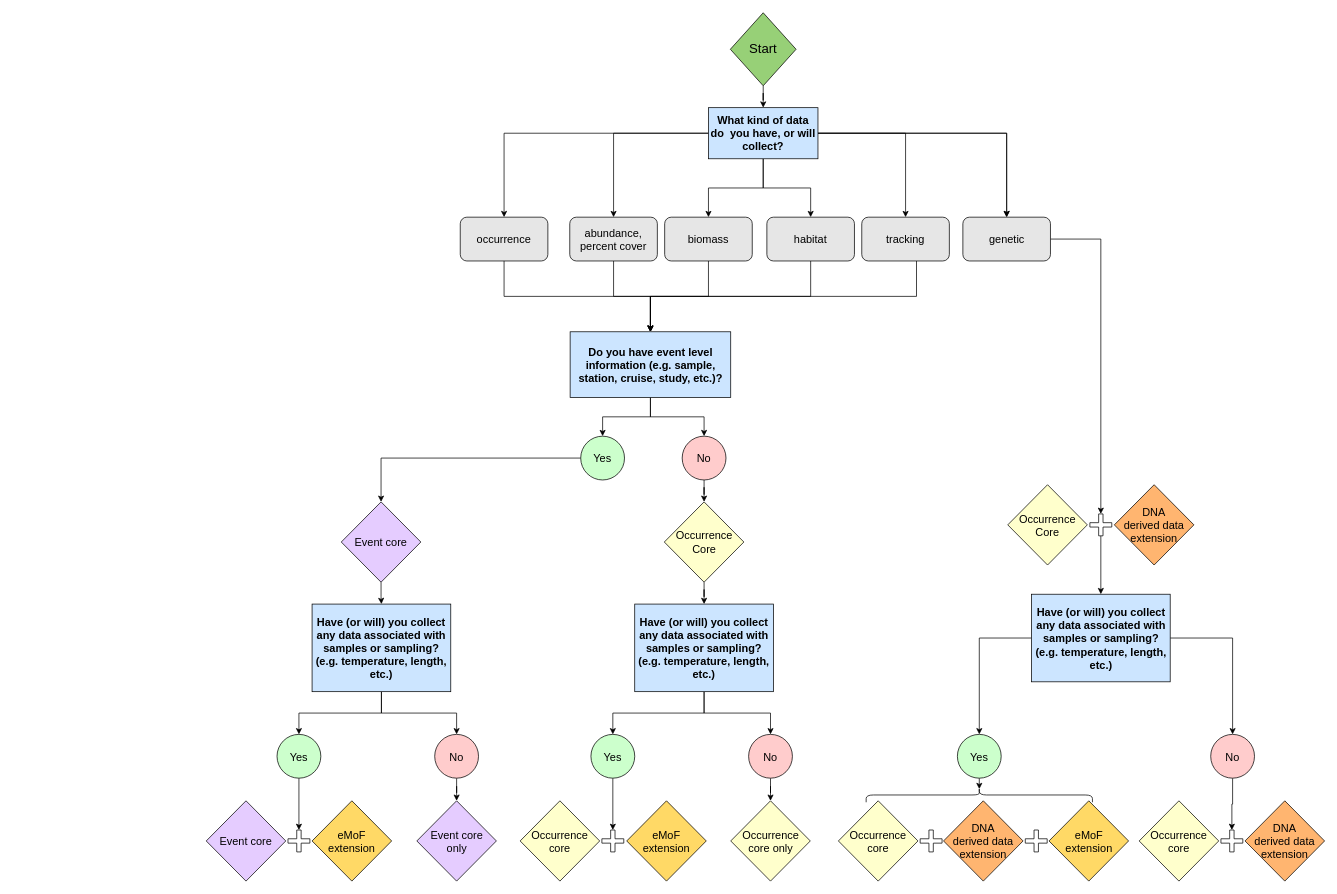
This is OBIS-data.drawio from iobis/manual, a draw.io file, before an edit. Source tidied: cells renumbered, new cells numbered last; positions are measured from the earlier drawing's top-left corner, leaving out a move shared by most shapes. Both pictures are drawn from the tidied source at 73%, with x=0, y=0 at pixel (206, 12).
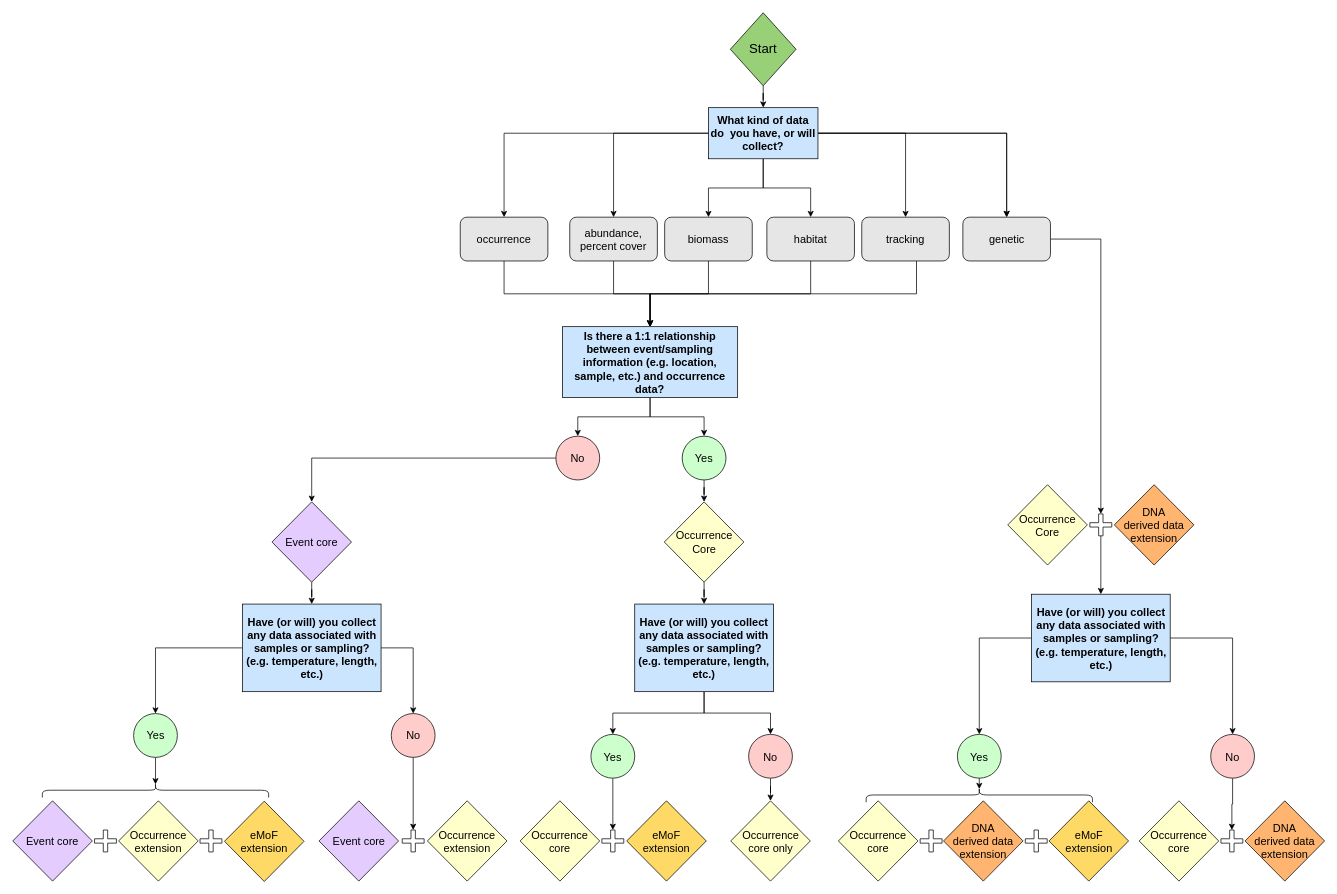
Above is the later version.

Commit message (it also covers changes not shown here):
update data schema flow chart

* added missing Occurrence table to the Event branches
* changed wording from "Do you have event level information.." to "Is there a 1:1 relationship between event and occurrence"

The change refers to these unchanged cells:
```xml
<mxCell id="35" value="Occurrence Core" style="rhombus;whiteSpace=wrap;html=1;fillColor=#FFFFCC;fontSize=15;" parent="1" vertex="1">
  <mxGeometry x="627.5" y="670" width="109" height="110" as="geometry" />
</mxCell>
```

Change to the diagram source:
```diff
@@
-    <mxCell id="22" value="Do you have event level information (e.g. sample, station, cruise, study, etc.)?" style="whiteSpace=wrap;html=1;rounded=0;fontStyle=1;fillColor=#CCE5FF;fontSize=15;" parent="1" vertex="1">
-      <mxGeometry x="498.5" y="437" width="220" height="90" as="geometry" />
+    <mxCell id="22" value="&lt;span class=&quot;notion-enable-hover&quot;&gt;Is there a 1:1 relationship between event/sampling information (e.g. location, sample, etc.) and occurrence data?&lt;/span&gt;" style="whiteSpace=wrap;html=1;rounded=0;fontStyle=1;fillColor=#CCE5FF;fontSize=15;" parent="1" vertex="1">
+      <mxGeometry x="488" y="430" width="240" height="97" as="geometry" />
     </mxCell>
@@
-    <mxCell id="25" style="edgeStyle=orthogonalEdgeStyle;rounded=0;jettySize=auto;html=1;fontSize=15;" parent="1" edge="1" source="26" target="33">
+    <mxCell id="25" style="edgeStyle=orthogonalEdgeStyle;rounded=0;jettySize=auto;html=1;fontSize=15;exitX=0;exitY=0.5;exitDx=0;exitDy=0;" parent="1" edge="1" source="28" target="33">
       <mxGeometry relative="1" as="geometry" />
     </mxCell>
     <mxCell id="26" value="Yes" style="ellipse;whiteSpace=wrap;html=1;fillColor=#CCFFCC;fontSize=15;" parent="1" vertex="1">
-      <mxGeometry x="513" y="580" width="60" height="60" as="geometry" />
+      <mxGeometry x="652" y="580" width="60" height="60" as="geometry" />
     </mxCell>
-    <mxCell id="27" style="edgeStyle=orthogonalEdgeStyle;rounded=0;jettySize=auto;html=1;fontSize=15;" parent="1" edge="1" source="28" target="35">
+    <mxCell id="27" style="edgeStyle=orthogonalEdgeStyle;rounded=0;jettySize=auto;html=1;fontSize=15;exitX=0.5;exitY=1;exitDx=0;exitDy=0;" parent="1" edge="1" source="26" target="35">
       <mxGeometry relative="1" as="geometry" />
     </mxCell>
     <mxCell id="28" value="No" style="ellipse;whiteSpace=wrap;html=1;fillColor=#FFCCCC;fontSize=15;" parent="1" vertex="1">
-      <mxGeometry x="652" y="580" width="60" height="60" as="geometry" />
+      <mxGeometry x="479" y="580" width="60" height="60" as="geometry" />
     </mxCell>
@@
     <mxCell id="31" value="&lt;b style=&quot;font-size: 15px;&quot;&gt;Have (or will) you collect any data associated with samples or sampling? (e.g. temperature, length, etc.)&lt;/b&gt;" style="whiteSpace=wrap;html=1;rounded=0;fillColor=#CCE5FF;fontSize=15;" parent="1" vertex="1">
-      <mxGeometry x="145" y="810" width="190" height="120" as="geometry" />
+      <mxGeometry x="49.5" y="810" width="190" height="120" as="geometry" />
     </mxCell>
@@
     <mxCell id="33" value="Event core" style="rhombus;whiteSpace=wrap;html=1;fillColor=#E5CCFF;fontSize=15;" parent="1" vertex="1">
-      <mxGeometry x="185" y="670" width="109" height="110" as="geometry" />
+      <mxGeometry x="90" y="670" width="109" height="110" as="geometry" />
     </mxCell>
@@
-    <mxCell id="36" style="edgeStyle=orthogonalEdgeStyle;rounded=0;jettySize=auto;html=1;entryX=0.5;entryY=0;entryDx=0;entryDy=0;entryPerimeter=0;fontSize=15;" parent="1" edge="1" source="37" target="60">
+    <mxCell id="36" style="edgeStyle=orthogonalEdgeStyle;rounded=0;jettySize=auto;html=1;entryX=0.1;entryY=0.5;entryDx=0;entryDy=0;entryPerimeter=0;fontSize=15;exitX=0.5;exitY=1;exitDx=0;exitDy=0;" parent="1" edge="1" source="37" target="80">
       <mxGeometry relative="1" as="geometry" />
     </mxCell>
     <mxCell id="37" value="Yes" style="ellipse;whiteSpace=wrap;html=1;fillColor=#CCFFCC;fontSize=15;" parent="1" vertex="1">
-      <mxGeometry x="97" y="988.5" width="60" height="60" as="geometry" />
+      <mxGeometry x="-99.5" y="960" width="60" height="60" as="geometry" />
     </mxCell>
-    <mxCell id="38" style="edgeStyle=orthogonalEdgeStyle;rounded=0;jettySize=auto;html=1;fontSize=15;" parent="1" edge="1" source="39" target="41">
+    <mxCell id="38" style="edgeStyle=orthogonalEdgeStyle;rounded=0;jettySize=auto;html=1;fontSize=15;entryX=0.5;entryY=0;entryDx=0;entryDy=0;entryPerimeter=0;" parent="1" edge="1" source="39" target="78">
       <mxGeometry relative="1" as="geometry" />
     </mxCell>
     <mxCell id="39" value="No" style="ellipse;whiteSpace=wrap;html=1;fillColor=#FFCCCC;fontSize=15;" parent="1" vertex="1">
-      <mxGeometry x="313" y="988.5" width="60" height="60" as="geometry" />
+      <mxGeometry x="253.5" y="960" width="60" height="60" as="geometry" />
     </mxCell>
     <mxCell id="40" value="Event core" style="rhombus;whiteSpace=wrap;html=1;fillColor=#E5CCFF;fontSize=15;" parent="1" vertex="1">
-      <mxGeometry y="1079.5" width="109" height="110" as="geometry" />
+      <mxGeometry x="-265" y="1079.5" width="109" height="110" as="geometry" />
     </mxCell>
-    <mxCell id="41" value="Event core &lt;br style=&quot;font-size: 15px;&quot;&gt;only" style="rhombus;whiteSpace=wrap;html=1;fillColor=#E5CCFF;fontSize=15;" parent="1" vertex="1">
-      <mxGeometry x="288.5" y="1079.5" width="109" height="110" as="geometry" />
+    <mxCell id="41" value="Event core" style="rhombus;whiteSpace=wrap;html=1;fillColor=#E5CCFF;fontSize=15;" parent="1" vertex="1">
+      <mxGeometry x="154.5" y="1079.5" width="109" height="110" as="geometry" />
     </mxCell>
@@
     <mxCell id="57" value="eMoF&lt;br style=&quot;font-size: 15px;&quot;&gt;extension" style="rhombus;whiteSpace=wrap;html=1;rounded=0;fillColor=#FFD966;fontSize=15;" parent="1" vertex="1">
-      <mxGeometry x="145" y="1079.5" width="109" height="110" as="geometry" />
+      <mxGeometry x="25" y="1080" width="109" height="110" as="geometry" />
     </mxCell>
@@
     <mxCell id="60" style="shape=cross;whiteSpace=wrap;html=1;fontSize=15;" parent="1" vertex="1">
-      <mxGeometry x="112" y="1119.5" width="30" height="30" as="geometry" />
+      <mxGeometry x="-153" y="1119.5" width="30" height="30" as="geometry" />
     </mxCell>
@@
+    <mxCell id="77" value="Occurrence&lt;br style=&quot;font-size: 15px;&quot;&gt;extension" style="rhombus;whiteSpace=wrap;html=1;fillColor=#FFFFCC;fontSize=15;" parent="1" vertex="1">
+      <mxGeometry x="303" y="1079.5" width="109" height="110" as="geometry" />
+    </mxCell>
+    <mxCell id="78" style="shape=cross;whiteSpace=wrap;html=1;fontSize=15;" parent="1" vertex="1">
+      <mxGeometry x="268.5" y="1119.5" width="30" height="30" as="geometry" />
+    </mxCell>
+    <mxCell id="79" value="Occurrence&lt;br style=&quot;font-size: 15px;&quot;&gt;extension" style="rhombus;whiteSpace=wrap;html=1;fillColor=#FFFFCC;fontSize=15;" parent="1" vertex="1">
+      <mxGeometry x="-120" y="1079.5" width="109" height="110" as="geometry" />
+    </mxCell>
+    <mxCell id="80" style="shape=curlyBracket;whiteSpace=wrap;html=1;rounded=1;labelPosition=left;verticalLabelPosition=middle;align=right;verticalAlign=middle;rotation=90;fontSize=15;" parent="1" vertex="1">
+      <mxGeometry x="-79.5" y="910" width="20" height="310" as="geometry" />
+    </mxCell>
+    <mxCell id="81" style="shape=cross;whiteSpace=wrap;html=1;fontSize=15;" parent="1" vertex="1">
+      <mxGeometry x="-8.5" y="1119.5" width="30" height="30" as="geometry" />
+    </mxCell>
```
